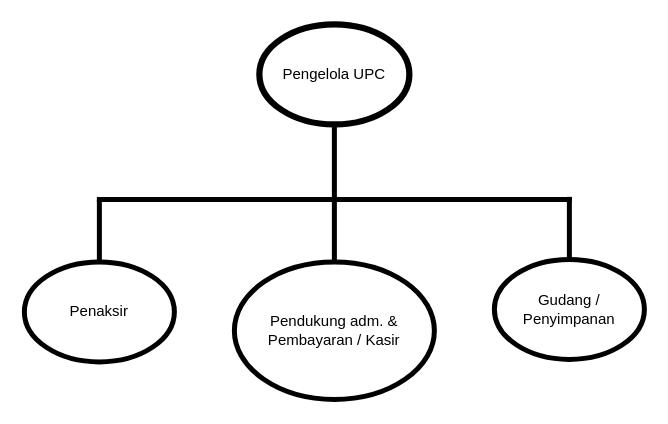
KurniaKhaikal/BreastCancerIDC-CNN keeps this draw.io diagram as Byby.drawio. Above is the earlier version. Source tidied: cells renumbered, new cells numbered last; positions are measured from the earlier drawing's top-left corner, leaving out a move shared by most shapes. Both pictures are drawn from the tidied source at 125%, with x=0, y=0 at pixel (24, 24).
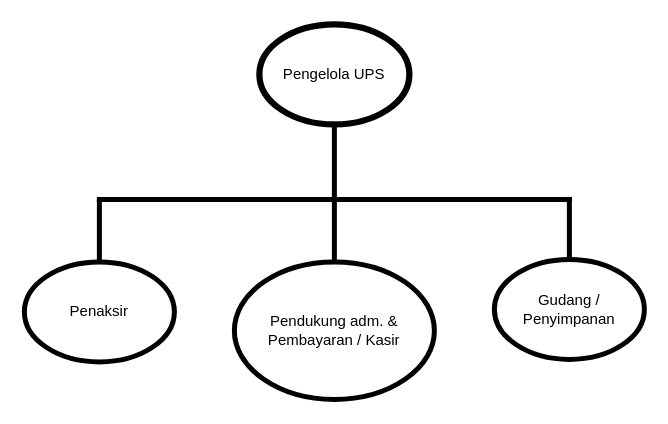
The same diagram, later.

Diff of the diagram source:
```diff
@@
 <mxGraphModel>
   <root>
     <mxCell id="0" />
     <mxCell id="1" parent="0" />
-    <mxCell id="2" value="Pengelola UPC" style="ellipse;whiteSpace=wrap;html=1;strokeWidth=5;" parent="1" vertex="1">
+    <mxCell id="2" value="Pengelola UPS" style="ellipse;whiteSpace=wrap;html=1;strokeWidth=5;" parent="1" vertex="1">
       <mxGeometry x="188" width="120" height="80" as="geometry" />
     </mxCell>
     <mxCell id="3" value="Pendukung adm. &amp;amp; Pembayaran / Kasir" style="ellipse;whiteSpace=wrap;html=1;strokeWidth=4;" parent="1" vertex="1">
       <mxGeometry x="168" y="190" width="160" height="110" as="geometry" />
     </mxCell>
     <mxCell id="4" value="Gudang / Penyimpanan" style="ellipse;whiteSpace=wrap;html=1;strokeWidth=4;" parent="1" vertex="1">
       <mxGeometry x="376" y="188" width="120" height="80" as="geometry" />
     </mxCell>
     <mxCell id="5" value="Penaksir" style="ellipse;whiteSpace=wrap;html=1;strokeWidth=4;" parent="1" vertex="1">
       <mxGeometry y="190" width="120" height="80" as="geometry" />
     </mxCell>
     <mxCell id="6" style="endArrow=none;html=1;rounded=0;entryX=0.5;entryY=1;entryDx=0;entryDy=0;exitX=0.5;exitY=0;exitDx=0;exitDy=0;strokeWidth=4;" parent="1" edge="1" source="3" target="2">
       <mxGeometry relative="1" as="geometry" />
     </mxCell>
     <mxCell id="7" style="endArrow=none;html=1;rounded=0;strokeWidth=4;" parent="1" edge="1" source="4">
       <mxGeometry relative="1" as="geometry">
         <mxPoint x="436" y="138" as="targetPoint" />
       </mxGeometry>
     </mxCell>
     <mxCell id="8" style="endArrow=none;html=1;rounded=0;endSize=4;strokeWidth=4;" parent="1" edge="1">
       <mxGeometry relative="1" as="geometry">
         <mxPoint x="58" y="140" as="sourcePoint" />
         <mxPoint x="438" y="140" as="targetPoint" />
       </mxGeometry>
     </mxCell>
     <mxCell id="9" style="endArrow=none;html=1;rounded=0;strokeWidth=4;" parent="1" edge="1">
       <mxGeometry relative="1" as="geometry">
         <mxPoint x="60" y="190" as="sourcePoint" />
         <mxPoint x="60" y="140" as="targetPoint" />
       </mxGeometry>
     </mxCell>
   </root>
 </mxGraphModel>
```
